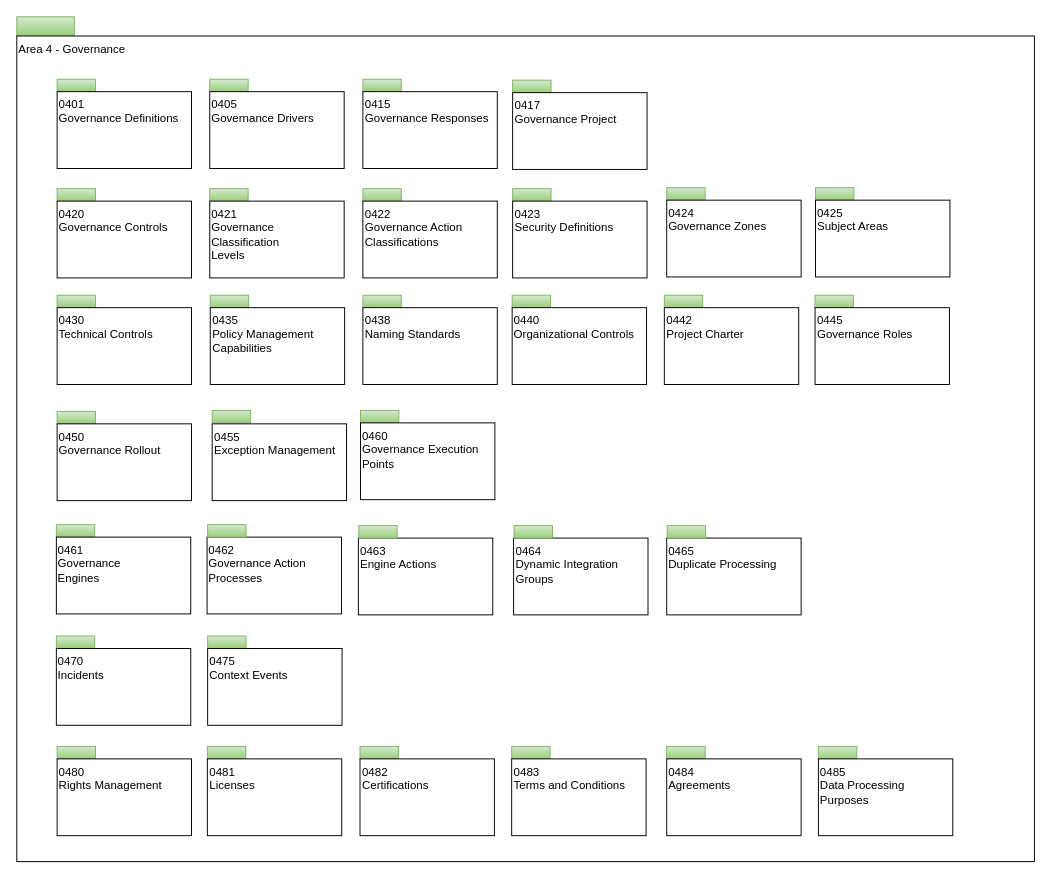
This is page "overview" (1 of 31) of site/docs/types/4/area-4-governance.drawio from odpi/egeria-docs, a draw.io file, before an edit. Source tidied: cells renumbered, new cells numbered last; positions are measured from the earlier drawing's top-left corner, leaving out a move shared by most shapes. Both pictures are drawn from the tidied source at 96%, with x=0, y=0 at pixel (16, 16).
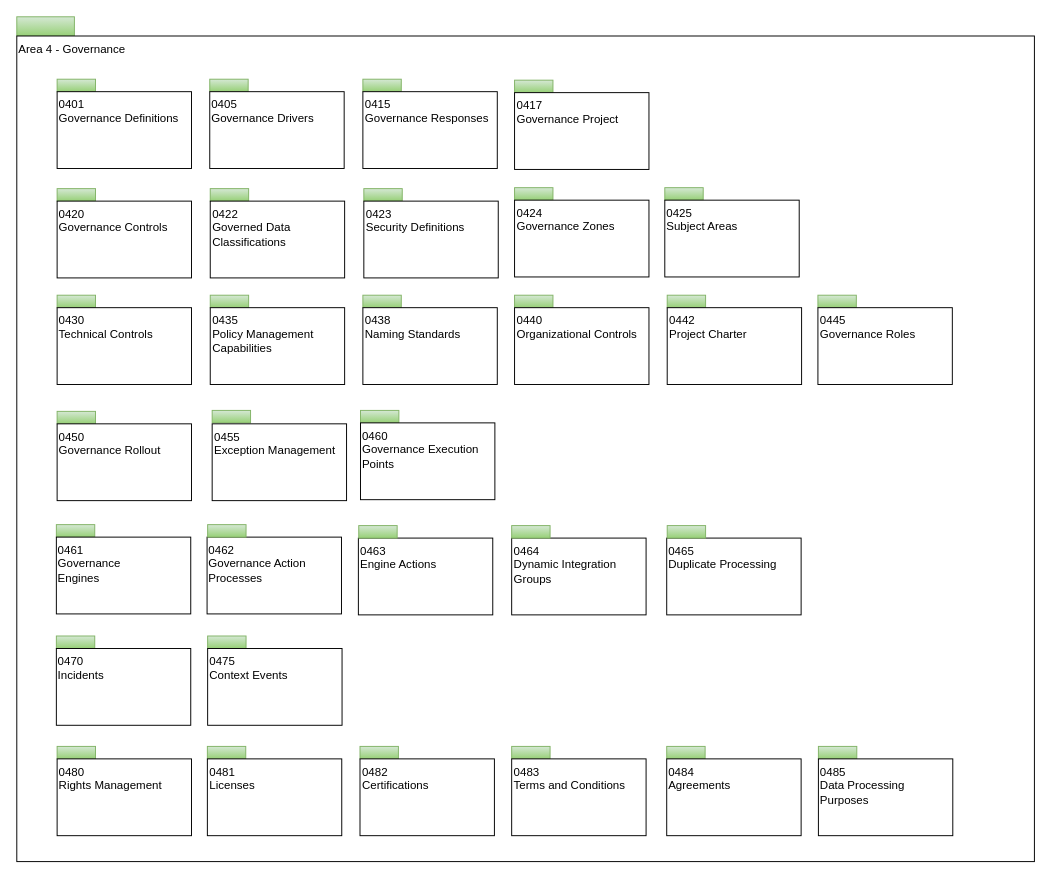
Above is the later version.

The edit, as a diff of the source:
```diff
@@
     <mxCell id="10" style="rounded=0;whiteSpace=wrap;html=1;align=left;fillColor=#d5e8d4;strokeColor=#82b366;gradientColor=#97d077;" parent="1" vertex="1">
-      <mxGeometry x="516.5" y="66" width="40" height="13" as="geometry" />
+      <mxGeometry x="518.5" y="66" width="40" height="13" as="geometry" />
     </mxCell>
     <mxCell id="11" value="0417&lt;br&gt;Governance Project&lt;br&gt;" style="rounded=0;whiteSpace=wrap;html=1;align=left;verticalAlign=top;" parent="1" vertex="1">
-      <mxGeometry x="516.5" y="79" width="140" height="80" as="geometry" />
+      <mxGeometry x="518.5" y="79" width="140" height="80" as="geometry" />
     </mxCell>
@@
-    <mxCell id="14" style="rounded=0;whiteSpace=wrap;html=1;align=left;fillColor=#d5e8d4;strokeColor=#82b366;gradientColor=#97d077;" parent="1" vertex="1">
-      <mxGeometry x="201" y="179" width="40" height="13" as="geometry" />
-    </mxCell>
-    <mxCell id="15" value="0421&lt;br&gt;Governance&lt;br&gt;Classification&lt;br&gt;Levels" style="rounded=0;whiteSpace=wrap;html=1;align=left;verticalAlign=top;" parent="1" vertex="1">
-      <mxGeometry x="201" y="192" width="140" height="80" as="geometry" />
-    </mxCell>
     <mxCell id="16" style="rounded=0;whiteSpace=wrap;html=1;align=left;fillColor=#d5e8d4;strokeColor=#82b366;gradientColor=#97d077;" parent="1" vertex="1">
-      <mxGeometry x="516.5" y="179" width="40" height="13" as="geometry" />
+      <mxGeometry x="361.5" y="179" width="40" height="13" as="geometry" />
     </mxCell>
     <mxCell id="17" value="0423&lt;br&gt;Security Definitions" style="rounded=0;whiteSpace=wrap;html=1;align=left;verticalAlign=top;" parent="1" vertex="1">
-      <mxGeometry x="516.5" y="192" width="140" height="80" as="geometry" />
+      <mxGeometry x="361.5" y="192" width="140" height="80" as="geometry" />
     </mxCell>
     <mxCell id="18" style="rounded=0;whiteSpace=wrap;html=1;align=left;fillColor=#d5e8d4;strokeColor=#82b366;gradientColor=#97d077;" parent="1" vertex="1">
-      <mxGeometry x="674.5" y="290" width="40" height="13" as="geometry" />
+      <mxGeometry x="677.5" y="290" width="40" height="13" as="geometry" />
     </mxCell>
     <mxCell id="19" value="0442&lt;br&gt;Project Charter&lt;br&gt;" style="rounded=0;whiteSpace=wrap;html=1;align=left;verticalAlign=top;" parent="1" vertex="1">
-      <mxGeometry x="674.5" y="303" width="140" height="80" as="geometry" />
+      <mxGeometry x="677.5" y="303" width="140" height="80" as="geometry" />
     </mxCell>
@@
     <mxCell id="26" style="rounded=0;whiteSpace=wrap;html=1;align=left;fillColor=#d5e8d4;strokeColor=#82b366;gradientColor=#97d077;" parent="1" vertex="1">
-      <mxGeometry x="831.5" y="290" width="40" height="13" as="geometry" />
+      <mxGeometry x="834.5" y="290" width="40" height="13" as="geometry" />
     </mxCell>
     <mxCell id="27" value="0445&lt;br&gt;Governance Roles&lt;br&gt;" style="rounded=0;whiteSpace=wrap;html=1;align=left;verticalAlign=top;" parent="1" vertex="1">
-      <mxGeometry x="831.5" y="303" width="140" height="80" as="geometry" />
+      <mxGeometry x="834.5" y="303" width="140" height="80" as="geometry" />
     </mxCell>
@@
     <mxCell id="32" style="rounded=0;whiteSpace=wrap;html=1;align=left;fillColor=#d5e8d4;strokeColor=#82b366;gradientColor=#97d077;" parent="1" vertex="1">
-      <mxGeometry x="516" y="290" width="40" height="13" as="geometry" />
+      <mxGeometry x="518.5" y="290" width="40" height="13" as="geometry" />
     </mxCell>
     <mxCell id="33" value="0440&lt;br&gt;Organizational Controls&lt;br&gt;" style="rounded=0;whiteSpace=wrap;html=1;align=left;verticalAlign=top;" parent="1" vertex="1">
-      <mxGeometry x="516" y="303" width="140" height="80" as="geometry" />
+      <mxGeometry x="518.5" y="303" width="140" height="80" as="geometry" />
     </mxCell>
@@
     <mxCell id="36" style="rounded=0;whiteSpace=wrap;html=1;align=left;fillColor=#d5e8d4;strokeColor=#82b366;gradientColor=#97d077;" parent="1" vertex="1">
-      <mxGeometry x="360.5" y="179" width="40" height="13" as="geometry" />
+      <mxGeometry x="201.5" y="179" width="40" height="13" as="geometry" />
     </mxCell>
-    <mxCell id="37" value="0422&lt;br&gt;Governance Action&lt;br&gt;Classifications&lt;br&gt;" style="rounded=0;whiteSpace=wrap;html=1;align=left;verticalAlign=top;" parent="1" vertex="1">
-      <mxGeometry x="360.5" y="192" width="140" height="80" as="geometry" />
+    <mxCell id="37" value="0422&lt;br&gt;Governed Data&lt;br&gt;Classifications" style="rounded=0;whiteSpace=wrap;html=1;align=left;verticalAlign=top;" parent="1" vertex="1">
+      <mxGeometry x="201.5" y="192" width="140" height="80" as="geometry" />
     </mxCell>
     <mxCell id="38" style="rounded=0;whiteSpace=wrap;html=1;align=left;fillColor=#d5e8d4;strokeColor=#82b366;gradientColor=#97d077;" parent="1" vertex="1">
-      <mxGeometry x="677" y="178" width="40" height="13" as="geometry" />
+      <mxGeometry x="518.5" y="178" width="40" height="13" as="geometry" />
     </mxCell>
     <mxCell id="39" value="0424&lt;br&gt;Governance Zones&lt;br&gt;" style="rounded=0;whiteSpace=wrap;html=1;align=left;verticalAlign=top;" parent="1" vertex="1">
-      <mxGeometry x="677" y="191" width="140" height="80" as="geometry" />
+      <mxGeometry x="518.5" y="191" width="140" height="80" as="geometry" />
     </mxCell>
     <mxCell id="40" style="rounded=0;whiteSpace=wrap;html=1;align=left;fillColor=#d5e8d4;strokeColor=#82b366;gradientColor=#97d077;" parent="1" vertex="1">
-      <mxGeometry x="832" y="178" width="40" height="13" as="geometry" />
+      <mxGeometry x="675" y="178" width="40" height="13" as="geometry" />
     </mxCell>
     <mxCell id="41" value="0425&lt;br&gt;Subject Areas" style="rounded=0;whiteSpace=wrap;html=1;align=left;verticalAlign=top;" parent="1" vertex="1">
-      <mxGeometry x="832" y="191" width="140" height="80" as="geometry" />
+      <mxGeometry x="675" y="191" width="140" height="80" as="geometry" />
     </mxCell>
@@
     <mxCell id="65" value="0464&lt;br&gt;Dynamic Integration Groups" style="rounded=0;whiteSpace=wrap;html=1;align=left;verticalAlign=top;" parent="1" vertex="1">
-      <mxGeometry x="517.5" y="543" width="140" height="80" as="geometry" />
+      <mxGeometry x="515.5" y="543" width="140" height="80" as="geometry" />
     </mxCell>
     <mxCell id="66" style="rounded=0;whiteSpace=wrap;html=1;align=left;fillColor=#d5e8d4;strokeColor=#82b366;gradientColor=#97d077;" parent="1" vertex="1">
-      <mxGeometry x="518" y="530" width="40" height="13" as="geometry" />
+      <mxGeometry x="515.5" y="530" width="40" height="13" as="geometry" />
     </mxCell>
```
